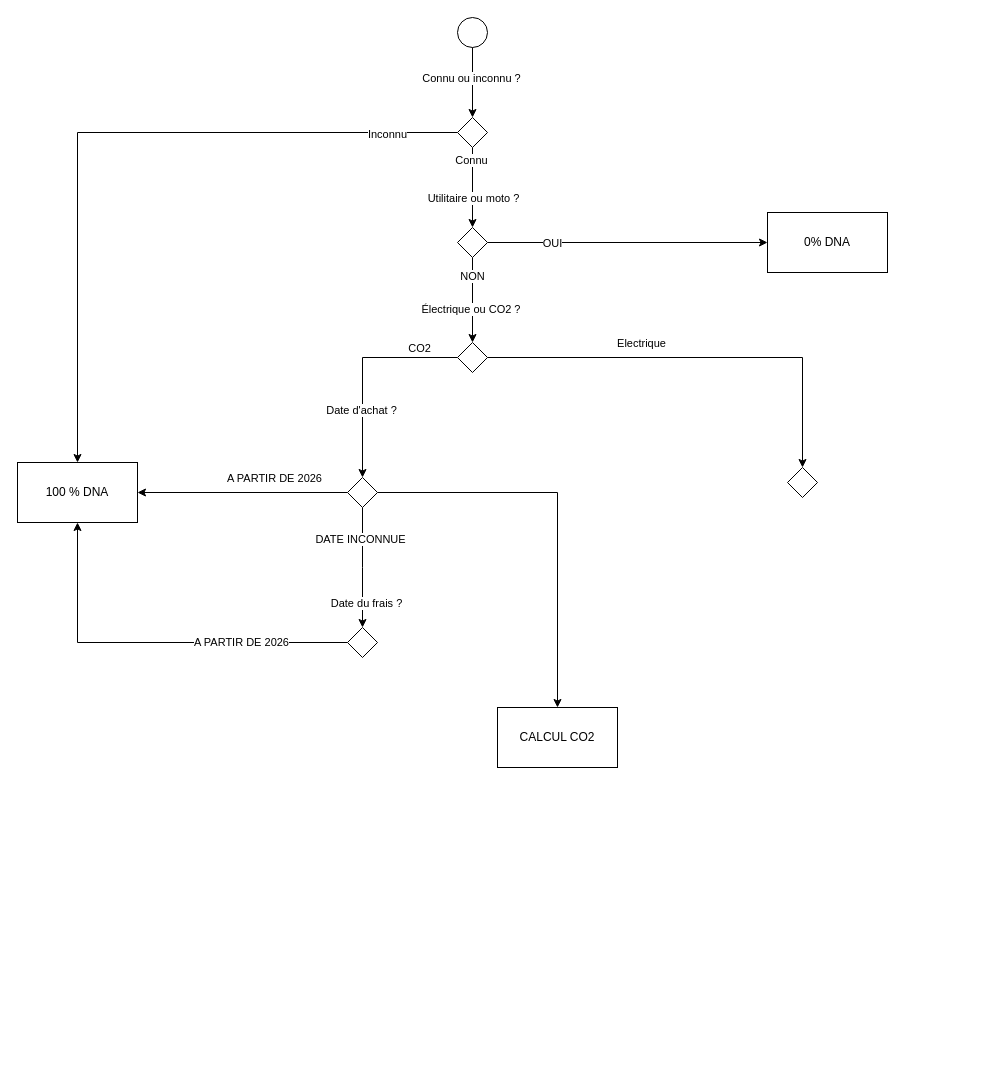
Idir-smart/SandBox keeps this draw.io diagram as Diagramme sans nom.drawio. Above is the earlier version. Source tidied: cells renumbered, new cells numbered last; positions are measured from the earlier drawing's top-left corner, leaving out a move shared by most shapes. Both pictures are drawn from the tidied source at 100%, with x=0, y=0 at pixel (17, 17).
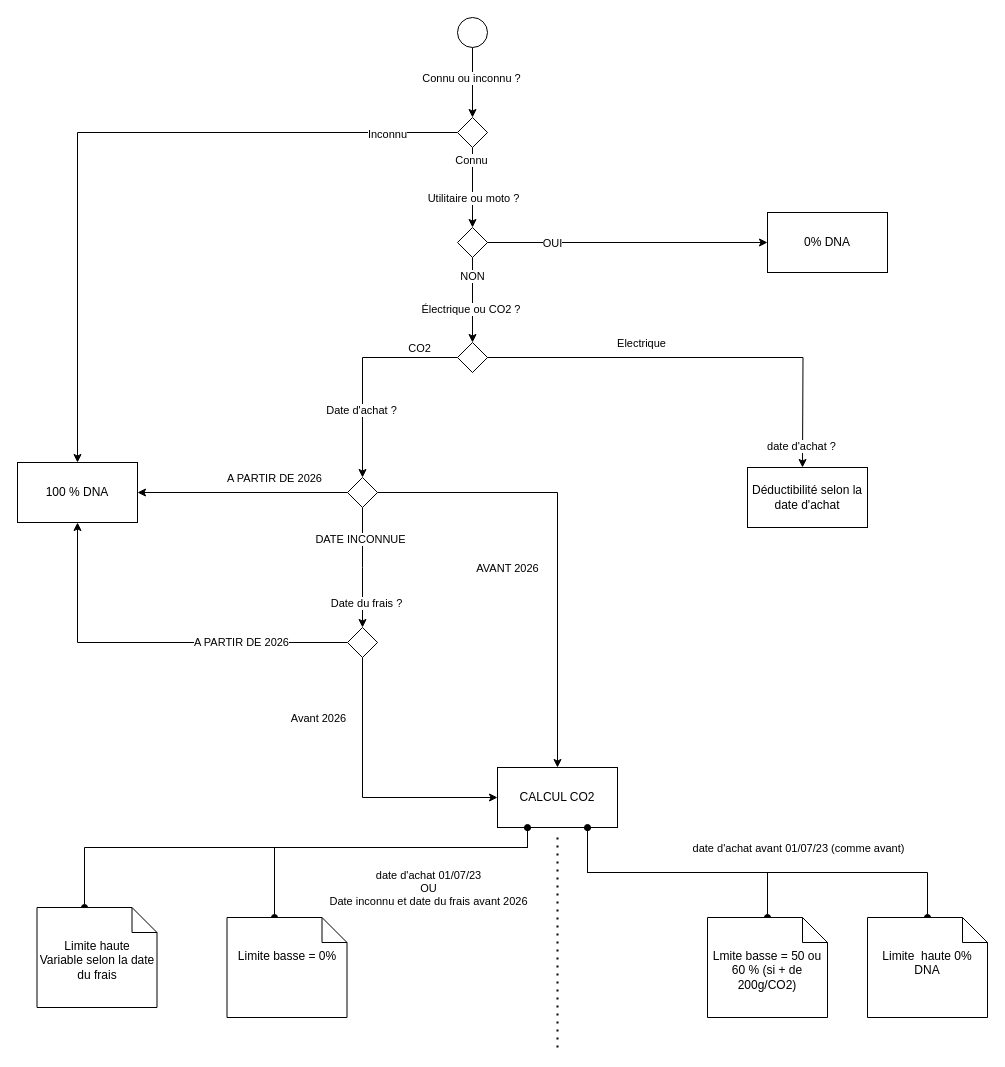
Above is the later version.

Commit message:
Mettre à jour Diagramme sans nom.drawio

Unchanged cells that the change refers to:
```xml
<mxCell id="17" style="rhombus;" parent="1" vertex="1">
  <mxGeometry x="440" y="325" width="30" height="30" as="geometry" />
</mxCell>
<mxCell id="23" style="edgeStyle=orthogonalEdgeStyle;rounded=0;jettySize=auto;html=1;exitX=1;exitY=0.5;exitDx=0;exitDy=0;entryX=0.5;entryY=0;entryDx=0;entryDy=0;" parent="1" edge="1" source="24" target="36">
  <mxGeometry relative="1" as="geometry" />
</mxCell>
<mxCell id="35" style="rhombus;" parent="1" vertex="1">
  <mxGeometry x="330" y="610" width="30" height="30" as="geometry" />
</mxCell>
```

The edit, as a diff of the source:
```diff
@@
-    <mxCell id="15" style="edgeStyle=orthogonalEdgeStyle;rounded=0;jettySize=auto;html=1;exitX=1;exitY=0.5;exitDx=0;exitDy=0;entryX=0.5;entryY=0;entryDx=0;entryDy=0;" parent="1" edge="1" source="17" target="25">
-      <mxGeometry relative="1" as="geometry" />
+    <mxCell id="15" style="edgeStyle=orthogonalEdgeStyle;rounded=0;jettySize=auto;html=1;exitX=1;exitY=0.5;exitDx=0;exitDy=0;entryX=0.5;entryY=0;entryDx=0;entryDy=0;" parent="1" edge="1" source="17">
+      <mxGeometry relative="1" as="geometry">
+        <mxPoint x="785" y="450" as="targetPoint" />
+      </mxGeometry>
     </mxCell>
@@
+    <mxCell id="37" value="date d'achat ? " style="edgeLabel;html=1;align=center;verticalAlign=middle;" parent="15" vertex="1">
+      <mxGeometry x="0.9" y="-2" relative="1" as="geometry" />
+    </mxCell>
@@
+    <mxCell id="38" value="AVANT 2026" style="edgeLabel;html=1;align=center;verticalAlign=middle;" parent="23" vertex="1">
+      <mxGeometry x="-0.37" y="-3" relative="1" as="geometry">
+        <mxPoint x="-14" y="72" as="offset" />
+      </mxGeometry>
+    </mxCell>
@@
-    <mxCell id="25" style="rhombus;" parent="1" vertex="1">
-      <mxGeometry x="770" y="450" width="30" height="30" as="geometry" />
-    </mxCell>
@@
+    <mxCell id="39" style="edgeStyle=orthogonalEdgeStyle;rounded=0;jettySize=auto;html=1;exitX=0.5;exitY=1;exitDx=0;exitDy=0;entryX=0;entryY=0.5;entryDx=0;entryDy=0;" parent="1" edge="1" source="35" target="36">
+      <mxGeometry relative="1" as="geometry" />
+    </mxCell>
+    <mxCell id="40" value="Avant 2026" style="edgeLabel;html=1;align=center;verticalAlign=middle;" parent="39" vertex="1">
+      <mxGeometry x="-0.73" y="4" relative="1" as="geometry">
+        <mxPoint x="-49" y="23" as="offset" />
+      </mxGeometry>
+    </mxCell>
@@
+    <mxCell id="41" style="edgeStyle=orthogonalEdgeStyle;rounded=0;jettySize=auto;html=1;exitX=0.25;exitY=1;exitDx=0;exitDy=0;startArrow=oval;startFill=1;endArrow=oval;endFill=1;entryX=0;entryY=0;entryDx=47.5;entryDy=0;entryPerimeter=0;" parent="1" edge="1" source="36" target="43">
+      <mxGeometry relative="1" as="geometry">
+        <Array as="points">
+          <mxPoint x="510" y="830" />
+          <mxPoint x="67" y="830" />
+        </Array>
+      </mxGeometry>
+    </mxCell>
+    <mxCell id="42" style="edgeStyle=orthogonalEdgeStyle;rounded=0;jettySize=auto;html=1;exitX=0.75;exitY=1;exitDx=0;exitDy=0;endArrow=oval;endFill=1;startArrow=oval;startFill=1;" parent="1" edge="1" source="36" target="47">
+      <mxGeometry relative="1" as="geometry" />
+    </mxCell>
     <mxCell id="36" value="CALCUL CO2 " style="rounded=0;whiteSpace=wrap;html=1;" parent="1" vertex="1">
-      <mxGeometry x="480" y="690" width="120" height="60" as="geometry" />
+      <mxGeometry x="480" y="750" width="120" height="60" as="geometry" />
     </mxCell>
+    <mxCell id="43" value="&lt;div&gt;Limite haute&lt;/div&gt;&lt;div&gt;Variable selon la date du frais &lt;br&gt;&lt;/div&gt;" style="shape=note2;boundedLbl=1;whiteSpace=wrap;html=1;size=25;verticalAlign=top;align=center;" parent="1" vertex="1">
+      <mxGeometry x="19.5" y="890" width="120" height="100" as="geometry" />
+    </mxCell>
+    <mxCell id="44" style="edgeStyle=orthogonalEdgeStyle;rounded=0;jettySize=auto;html=1;exitX=0;exitY=0;exitDx=47.5;exitDy=0;exitPerimeter=0;startArrow=oval;startFill=1;endArrow=oval;endFill=1;entryX=0.25;entryY=1;entryDx=0;entryDy=0;" parent="1" edge="1" source="46" target="36">
+      <mxGeometry relative="1" as="geometry">
+        <Array as="points">
+          <mxPoint x="257" y="830" />
+          <mxPoint x="510" y="830" />
+        </Array>
+      </mxGeometry>
+    </mxCell>
+    <mxCell id="45" value="&lt;div&gt;&amp;nbsp;date d'achat 01/07/23&amp;nbsp;&lt;/div&gt;&lt;div&gt;OU&lt;/div&gt;&lt;div&gt;Date inconnu et date du frais avant 2026 &lt;/div&gt;" style="edgeLabel;html=1;align=center;verticalAlign=middle;" parent="44" vertex="1">
+      <mxGeometry x="0.62" y="3" relative="1" as="geometry">
+        <mxPoint x="-55" y="43" as="offset" />
+      </mxGeometry>
+    </mxCell>
+    <mxCell id="46" value="Limite basse = 0%" style="shape=note2;boundedLbl=1;whiteSpace=wrap;html=1;size=25;verticalAlign=top;align=center;" parent="1" vertex="1">
+      <mxGeometry x="209.5" y="900" width="120" height="100" as="geometry" />
+    </mxCell>
+    <mxCell id="47" value="Lmite basse = 50 ou 60 % (si + de 200g/CO2)" style="shape=note2;boundedLbl=1;whiteSpace=wrap;html=1;size=25;verticalAlign=top;align=center;" parent="1" vertex="1">
+      <mxGeometry x="690" y="900" width="120" height="100" as="geometry" />
+    </mxCell>
+    <mxCell id="48" style="endArrow=none;dashed=1;html=1;dashPattern=1 3;strokeWidth=2;rounded=0;" parent="1" edge="1">
+      <mxGeometry relative="1" as="geometry">
+        <mxPoint x="540" y="1030" as="sourcePoint" />
+        <mxPoint x="540" y="820" as="targetPoint" />
+      </mxGeometry>
+    </mxCell>
+    <mxCell id="49" style="edgeStyle=orthogonalEdgeStyle;rounded=0;jettySize=auto;html=1;exitX=0.5;exitY=0;exitDx=0;exitDy=0;exitPerimeter=0;entryX=0.75;entryY=1;entryDx=0;entryDy=0;startArrow=oval;startFill=1;endArrow=oval;endFill=1;" parent="1" edge="1" source="50" target="36">
+      <mxGeometry relative="1" as="geometry" />
+    </mxCell>
+    <mxCell id="50" value="&lt;div&gt;Limite&amp;nbsp; haute 0% DNA&lt;/div&gt;&lt;div&gt;&lt;br&gt;&lt;/div&gt;" style="shape=note2;boundedLbl=1;whiteSpace=wrap;html=1;size=25;verticalAlign=top;align=center;" parent="1" vertex="1">
+      <mxGeometry x="850" y="900" width="120" height="100" as="geometry" />
+    </mxCell>
+    <mxCell id="51" value="date d'achat avant 01/07/23 (comme avant)" style="edgeLabel;html=1;align=center;verticalAlign=middle;" parent="1" vertex="1">
+      <mxGeometry x="780" y="830" as="geometry" />
+    </mxCell>
+    <mxCell id="52" value="Déductibilité selon la date d'achat " style="rounded=0;whiteSpace=wrap;html=1;" parent="1" vertex="1">
+      <mxGeometry x="730" y="450" width="120" height="60" as="geometry" />
+    </mxCell>
```
